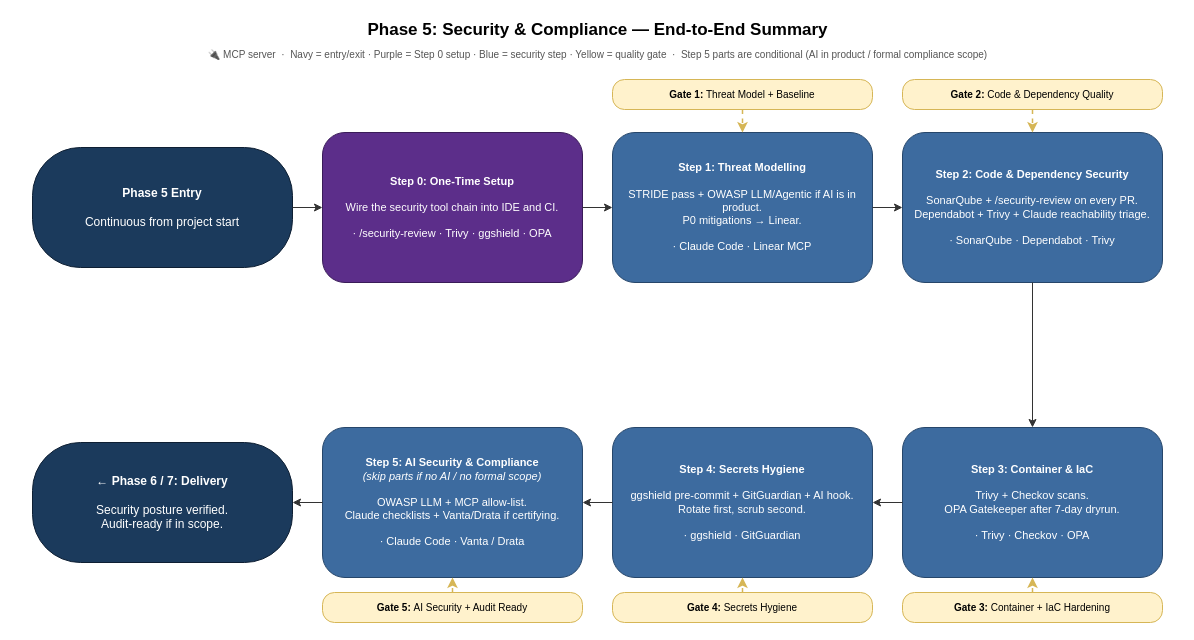
kalpat-allion/ai-dlc keeps this draw.io diagram as aidlc-phases/05-security/FLOWCHART-SUMMARY-simple.drawio. Above is the earlier version. Source tidied: cells renumbered, new cells numbered last; positions are measured from the earlier drawing's top-left corner, leaving out a move shared by most shapes. Both pictures are drawn from the tidied source at 100%, with x=0, y=0 at pixel (17, 17).
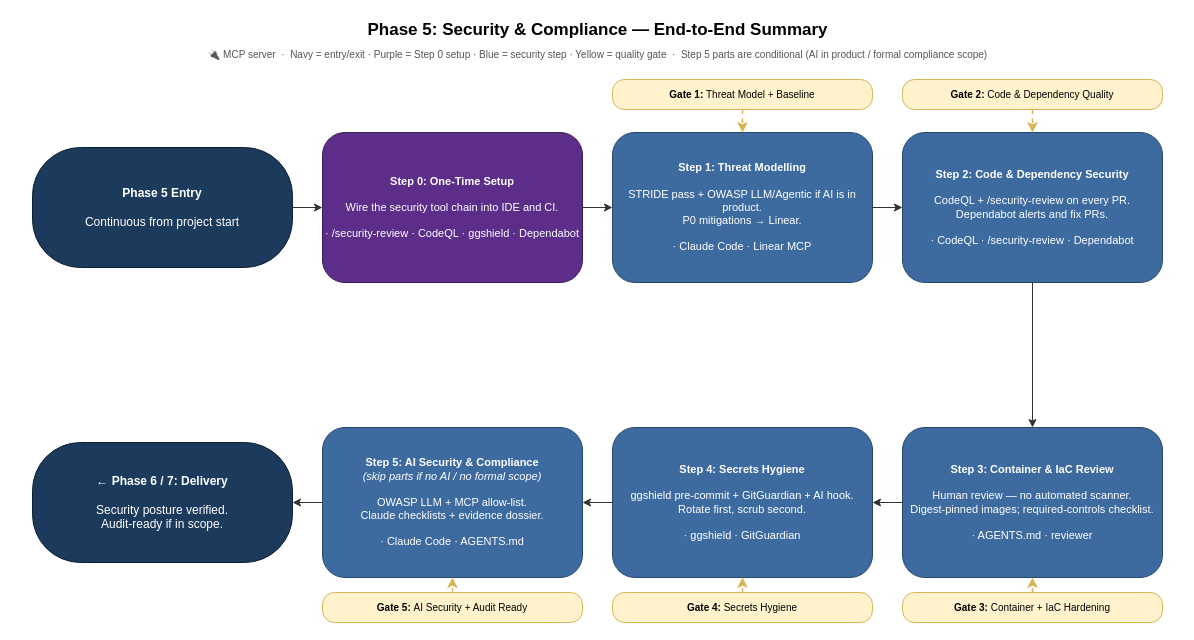
The same diagram, later.

Diff of the diagram source:
```diff
@@
-    <mxCell id="7" value="&lt;b&gt;Step 0: One-Time Setup&lt;/b&gt;&lt;br&gt;&lt;br&gt;Wire the security tool chain into IDE and CI.&lt;br&gt;&lt;br&gt;· /security-review · Trivy · ggshield · OPA" style="rounded=1;whiteSpace=wrap;html=1;fillColor=#5C2E8A;fontColor=#FFFFFF;strokeColor=#3A1C58;fontSize=11;" parent="1" vertex="1">
+    <mxCell id="7" value="&lt;b&gt;Step 0: One-Time Setup&lt;/b&gt;&lt;br&gt;&lt;br&gt;Wire the security tool chain into IDE and CI.&lt;br&gt;&lt;br&gt;· /security-review · CodeQL · ggshield · Dependabot" style="rounded=1;whiteSpace=wrap;html=1;fillColor=#5C2E8A;fontColor=#FFFFFF;strokeColor=#3A1C58;fontSize=11;" parent="1" vertex="1">
       <mxGeometry x="305" y="115" width="260" height="150" as="geometry" />
     </mxCell>
@@
-    <mxCell id="9" value="&lt;b&gt;Step 2: Code &amp;amp; Dependency Security&lt;/b&gt;&lt;br&gt;&lt;br&gt;SonarQube + /security-review on every PR.&lt;br&gt;Dependabot + Trivy + Claude reachability triage.&lt;br&gt;&lt;br&gt;· SonarQube · Dependabot · Trivy" style="rounded=1;whiteSpace=wrap;html=1;fillColor=#3D6B9F;fontColor=#FFFFFF;strokeColor=#26466A;fontSize=11;" parent="1" vertex="1">
+    <mxCell id="9" value="&lt;b&gt;Step 2: Code &amp;amp; Dependency Security&lt;/b&gt;&lt;br&gt;&lt;br&gt;CodeQL + /security-review on every PR.&lt;br&gt;Dependabot alerts and fix PRs.&lt;br&gt;&lt;br&gt;· CodeQL · /security-review · Dependabot" style="rounded=1;whiteSpace=wrap;html=1;fillColor=#3D6B9F;fontColor=#FFFFFF;strokeColor=#26466A;fontSize=11;" parent="1" vertex="1">
       <mxGeometry x="885" y="115" width="260" height="150" as="geometry" />
     </mxCell>
-    <mxCell id="10" value="&lt;b&gt;Step 3: Container &amp;amp; IaC&lt;/b&gt;&lt;br&gt;&lt;br&gt;Trivy + Checkov scans.&lt;br&gt;OPA Gatekeeper after 7-day dryrun.&lt;br&gt;&lt;br&gt;· Trivy · Checkov · OPA" style="rounded=1;whiteSpace=wrap;html=1;fillColor=#3D6B9F;fontColor=#FFFFFF;strokeColor=#26466A;fontSize=11;" parent="1" vertex="1">
+    <mxCell id="10" value="&lt;b&gt;Step 3: Container &amp;amp; IaC Review&lt;/b&gt;&lt;br&gt;&lt;br&gt;Human review — no automated scanner.&lt;br&gt;Digest-pinned images; required-controls checklist.&lt;br&gt;&lt;br&gt;· AGENTS.md · reviewer" style="rounded=1;whiteSpace=wrap;html=1;fillColor=#3D6B9F;fontColor=#FFFFFF;strokeColor=#26466A;fontSize=11;" parent="1" vertex="1">
       <mxGeometry x="885" y="410" width="260" height="150" as="geometry" />
     </mxCell>
@@
-    <mxCell id="12" value="&lt;b&gt;Step 5: AI Security &amp;amp; Compliance&lt;/b&gt;&lt;br&gt;&lt;i&gt;(skip parts if no AI / no formal scope)&lt;/i&gt;&lt;br&gt;&lt;br&gt;OWASP LLM + MCP allow-list.&lt;br&gt;Claude checklists + Vanta/Drata if certifying.&lt;br&gt;&lt;br&gt;· Claude Code · Vanta / Drata" style="rounded=1;whiteSpace=wrap;html=1;fillColor=#3D6B9F;fontColor=#FFFFFF;strokeColor=#26466A;fontSize=11;" parent="1" vertex="1">
+    <mxCell id="12" value="&lt;b&gt;Step 5: AI Security &amp;amp; Compliance&lt;/b&gt;&lt;br&gt;&lt;i&gt;(skip parts if no AI / no formal scope)&lt;/i&gt;&lt;br&gt;&lt;br&gt;OWASP LLM + MCP allow-list.&lt;br&gt;Claude checklists + evidence dossier.&lt;br&gt;&lt;br&gt;· Claude Code · AGENTS.md" style="rounded=1;whiteSpace=wrap;html=1;fillColor=#3D6B9F;fontColor=#FFFFFF;strokeColor=#26466A;fontSize=11;" parent="1" vertex="1">
       <mxGeometry x="305" y="410" width="260" height="150" as="geometry" />
     </mxCell>
```
